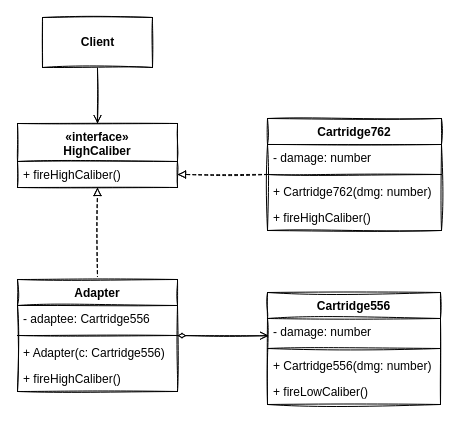
Before: page "Practice" (2 of 2) of src/06-Adapter/UML.drawio in MangoPomelo/DesignPatternPractice, a draw.io diagram. Source tidied: cells renumbered, new cells numbered last; positions are measured from the earlier drawing's top-left corner, leaving out a move shared by most shapes. Both pictures are drawn from the tidied source at 100%, with x=0, y=0 at pixel (17, 17).
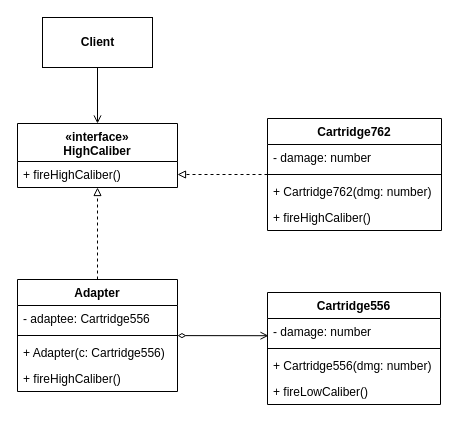
The same diagram, later.

Change to the diagram source:
```diff
@@
-    <mxCell id="2" value="Cartridge556" style="swimlane;fontStyle=1;align=center;verticalAlign=top;horizontal=1;startSize=26;sketch=1;" parent="1" vertex="1">
+    <mxCell id="2" value="Cartridge556" style="swimlane;fontStyle=1;align=center;verticalAlign=top;horizontal=1;startSize=26;" parent="1" vertex="1">
       <mxGeometry x="250" y="275" width="173" height="112" as="geometry" />
     </mxCell>
-    <mxCell id="3" value="- damage: number" style="text;strokeColor=none;fillColor=none;align=left;verticalAlign=top;spacingLeft=4;spacingRight=4;overflow=hidden;points=[[0,0.5],[1,0.5]];portConstraint=eastwest;sketch=1;" parent="2" vertex="1">
+    <mxCell id="3" value="- damage: number" style="text;strokeColor=none;fillColor=none;align=left;verticalAlign=top;spacingLeft=4;spacingRight=4;overflow=hidden;points=[[0,0.5],[1,0.5]];portConstraint=eastwest;" parent="2" vertex="1">
       <mxGeometry y="26" width="173" height="26" as="geometry" />
     </mxCell>
-    <mxCell id="4" style="line;strokeWidth=1;fillColor=none;align=left;verticalAlign=middle;spacingTop=-1;spacingLeft=3;spacingRight=3;labelPosition=right;sketch=1;" parent="2" vertex="1">
+    <mxCell id="4" style="line;strokeWidth=1;fillColor=none;align=left;verticalAlign=middle;spacingTop=-1;spacingLeft=3;spacingRight=3;labelPosition=right;" parent="2" vertex="1">
       <mxGeometry y="52" width="173" height="8" as="geometry" />
     </mxCell>
-    <mxCell id="5" value="+ Cartridge556(dmg: number)" style="text;strokeColor=none;fillColor=none;align=left;verticalAlign=top;spacingLeft=4;spacingRight=4;overflow=hidden;sketch=1;" parent="2" vertex="1">
+    <mxCell id="5" value="+ Cartridge556(dmg: number)" style="text;strokeColor=none;fillColor=none;align=left;verticalAlign=top;spacingLeft=4;spacingRight=4;overflow=hidden;" parent="2" vertex="1">
       <mxGeometry y="60" width="173" height="26" as="geometry" />
     </mxCell>
-    <mxCell id="6" value="+ fireLowCaliber()" style="text;strokeColor=none;fillColor=none;align=left;verticalAlign=top;spacingLeft=4;spacingRight=4;overflow=hidden;sketch=1;" parent="2" vertex="1">
+    <mxCell id="6" value="+ fireLowCaliber()" style="text;strokeColor=none;fillColor=none;align=left;verticalAlign=top;spacingLeft=4;spacingRight=4;overflow=hidden;" parent="2" vertex="1">
       <mxGeometry y="86" width="173" height="26" as="geometry" />
     </mxCell>
-    <mxCell id="7" style="edgeStyle=none;sketch=1;html=1;endArrow=block;endFill=0;dashed=1;" parent="1" edge="1" source="9" target="15">
+    <mxCell id="7" style="edgeStyle=none;html=1;endArrow=block;endFill=0;dashed=1;" parent="1" edge="1" source="9" target="15">
       <mxGeometry relative="1" as="geometry" />
     </mxCell>
-    <mxCell id="8" style="edgeStyle=none;sketch=1;html=1;endArrow=open;endFill=0;entryX=0.006;entryY=0.662;entryDx=0;entryDy=0;entryPerimeter=0;startArrow=diamondThin;startFill=0;" parent="1" edge="1" source="9" target="3">
+    <mxCell id="8" style="edgeStyle=none;html=1;endArrow=open;endFill=0;entryX=0.006;entryY=0.662;entryDx=0;entryDy=0;entryPerimeter=0;startArrow=diamondThin;startFill=0;" parent="1" edge="1" source="9" target="3">
       <mxGeometry relative="1" as="geometry" />
     </mxCell>
-    <mxCell id="9" value="Adapter" style="swimlane;fontStyle=1;align=center;verticalAlign=top;horizontal=1;startSize=26;sketch=1;" parent="1" vertex="1">
+    <mxCell id="9" value="Adapter" style="swimlane;fontStyle=1;align=center;verticalAlign=top;horizontal=1;startSize=26;" parent="1" vertex="1">
       <mxGeometry y="262" width="160" height="112" as="geometry" />
     </mxCell>
-    <mxCell id="10" value="- adaptee: Cartridge556" style="text;strokeColor=none;fillColor=none;align=left;verticalAlign=top;spacingLeft=4;spacingRight=4;overflow=hidden;sketch=1;" parent="9" vertex="1">
+    <mxCell id="10" value="- adaptee: Cartridge556" style="text;strokeColor=none;fillColor=none;align=left;verticalAlign=top;spacingLeft=4;spacingRight=4;overflow=hidden;" parent="9" vertex="1">
       <mxGeometry y="26" width="160" height="26" as="geometry" />
     </mxCell>
-    <mxCell id="11" style="line;strokeWidth=1;fillColor=none;align=left;verticalAlign=middle;spacingTop=-1;spacingLeft=3;spacingRight=3;labelPosition=right;sketch=1;" parent="9" vertex="1">
+    <mxCell id="11" style="line;strokeWidth=1;fillColor=none;align=left;verticalAlign=middle;spacingTop=-1;spacingLeft=3;spacingRight=3;labelPosition=right;" parent="9" vertex="1">
       <mxGeometry y="52" width="160" height="8" as="geometry" />
     </mxCell>
-    <mxCell id="12" value="+ Adapter(c: Cartridge556)" style="text;strokeColor=none;fillColor=none;align=left;verticalAlign=top;spacingLeft=4;spacingRight=4;overflow=hidden;sketch=1;" parent="9" vertex="1">
+    <mxCell id="12" value="+ Adapter(c: Cartridge556)" style="text;strokeColor=none;fillColor=none;align=left;verticalAlign=top;spacingLeft=4;spacingRight=4;overflow=hidden;" parent="9" vertex="1">
       <mxGeometry y="60" width="160" height="26" as="geometry" />
     </mxCell>
-    <mxCell id="13" value="+ fireHighCaliber()" style="text;strokeColor=none;fillColor=none;align=left;verticalAlign=top;spacingLeft=4;spacingRight=4;overflow=hidden;sketch=1;" parent="9" vertex="1">
+    <mxCell id="13" value="+ fireHighCaliber()" style="text;strokeColor=none;fillColor=none;align=left;verticalAlign=top;spacingLeft=4;spacingRight=4;overflow=hidden;" parent="9" vertex="1">
       <mxGeometry y="86" width="160" height="26" as="geometry" />
     </mxCell>
-    <mxCell id="14" value="«interface»&#10;HighCaliber" style="swimlane;fontStyle=1;align=center;verticalAlign=top;horizontal=1;startSize=38;sketch=1;" parent="1" vertex="1">
+    <mxCell id="14" value="«interface»&#10;HighCaliber" style="swimlane;fontStyle=1;align=center;verticalAlign=top;horizontal=1;startSize=38;" parent="1" vertex="1">
       <mxGeometry y="106" width="160" height="64" as="geometry" />
     </mxCell>
-    <mxCell id="15" value="+ fireHighCaliber()" style="text;strokeColor=none;fillColor=none;align=left;verticalAlign=top;spacingLeft=4;spacingRight=4;overflow=hidden;points=[[0,0.5],[1,0.5]];portConstraint=eastwest;sketch=1;" parent="14" vertex="1">
+    <mxCell id="15" value="+ fireHighCaliber()" style="text;strokeColor=none;fillColor=none;align=left;verticalAlign=top;spacingLeft=4;spacingRight=4;overflow=hidden;points=[[0,0.5],[1,0.5]];portConstraint=eastwest;" parent="14" vertex="1">
       <mxGeometry y="38" width="160" height="26" as="geometry" />
     </mxCell>
-    <mxCell id="16" style="edgeStyle=none;sketch=1;html=1;startArrow=none;startFill=0;endArrow=block;endFill=0;dashed=1;" parent="1" edge="1" source="17" target="15">
+    <mxCell id="16" style="edgeStyle=none;html=1;startArrow=none;startFill=0;endArrow=block;endFill=0;dashed=1;" parent="1" edge="1" source="17" target="15">
       <mxGeometry relative="1" as="geometry" />
     </mxCell>
-    <mxCell id="17" value="Cartridge762" style="swimlane;fontStyle=1;align=center;verticalAlign=top;horizontal=1;startSize=26;sketch=1;" parent="1" vertex="1">
+    <mxCell id="17" value="Cartridge762" style="swimlane;fontStyle=1;align=center;verticalAlign=top;horizontal=1;startSize=26;" parent="1" vertex="1">
       <mxGeometry x="250" y="101" width="174" height="112" as="geometry" />
     </mxCell>
-    <mxCell id="18" value="- damage: number" style="text;strokeColor=none;fillColor=none;align=left;verticalAlign=top;spacingLeft=4;spacingRight=4;overflow=hidden;sketch=1;" parent="17" vertex="1">
+    <mxCell id="18" value="- damage: number" style="text;strokeColor=none;fillColor=none;align=left;verticalAlign=top;spacingLeft=4;spacingRight=4;overflow=hidden;" parent="17" vertex="1">
       <mxGeometry y="26" width="174" height="26" as="geometry" />
     </mxCell>
-    <mxCell id="19" style="line;strokeWidth=1;fillColor=none;align=left;verticalAlign=middle;spacingTop=-1;spacingLeft=3;spacingRight=3;labelPosition=right;sketch=1;" parent="17" vertex="1">
+    <mxCell id="19" style="line;strokeWidth=1;fillColor=none;align=left;verticalAlign=middle;spacingTop=-1;spacingLeft=3;spacingRight=3;labelPosition=right;" parent="17" vertex="1">
       <mxGeometry y="52" width="174" height="8" as="geometry" />
     </mxCell>
-    <mxCell id="20" value="+ Cartridge762(dmg: number)" style="text;strokeColor=none;fillColor=none;align=left;verticalAlign=top;spacingLeft=4;spacingRight=4;overflow=hidden;sketch=1;" parent="17" vertex="1">
+    <mxCell id="20" value="+ Cartridge762(dmg: number)" style="text;strokeColor=none;fillColor=none;align=left;verticalAlign=top;spacingLeft=4;spacingRight=4;overflow=hidden;" parent="17" vertex="1">
       <mxGeometry y="60" width="174" height="26" as="geometry" />
     </mxCell>
-    <mxCell id="21" value="+ fireHighCaliber()" style="text;strokeColor=none;fillColor=none;align=left;verticalAlign=top;spacingLeft=4;spacingRight=4;overflow=hidden;sketch=1;" parent="17" vertex="1">
+    <mxCell id="21" value="+ fireHighCaliber()" style="text;strokeColor=none;fillColor=none;align=left;verticalAlign=top;spacingLeft=4;spacingRight=4;overflow=hidden;" parent="17" vertex="1">
       <mxGeometry y="86" width="174" height="26" as="geometry" />
     </mxCell>
-    <mxCell id="22" style="edgeStyle=none;sketch=1;html=1;exitX=0.5;exitY=1;exitDx=0;exitDy=0;startArrow=none;startFill=0;endArrow=open;endFill=0;" parent="1" edge="1" source="23" target="14">
+    <mxCell id="22" style="edgeStyle=none;html=1;exitX=0.5;exitY=1;exitDx=0;exitDy=0;startArrow=none;startFill=0;endArrow=open;endFill=0;" parent="1" edge="1" source="23" target="14">
       <mxGeometry relative="1" as="geometry" />
     </mxCell>
-    <mxCell id="23" value="Client" style="html=1;sketch=1;fontStyle=1;" parent="1" vertex="1">
+    <mxCell id="23" value="Client" style="html=1;fontStyle=1;" parent="1" vertex="1">
       <mxGeometry x="25" width="110" height="50" as="geometry" />
     </mxCell>
```
